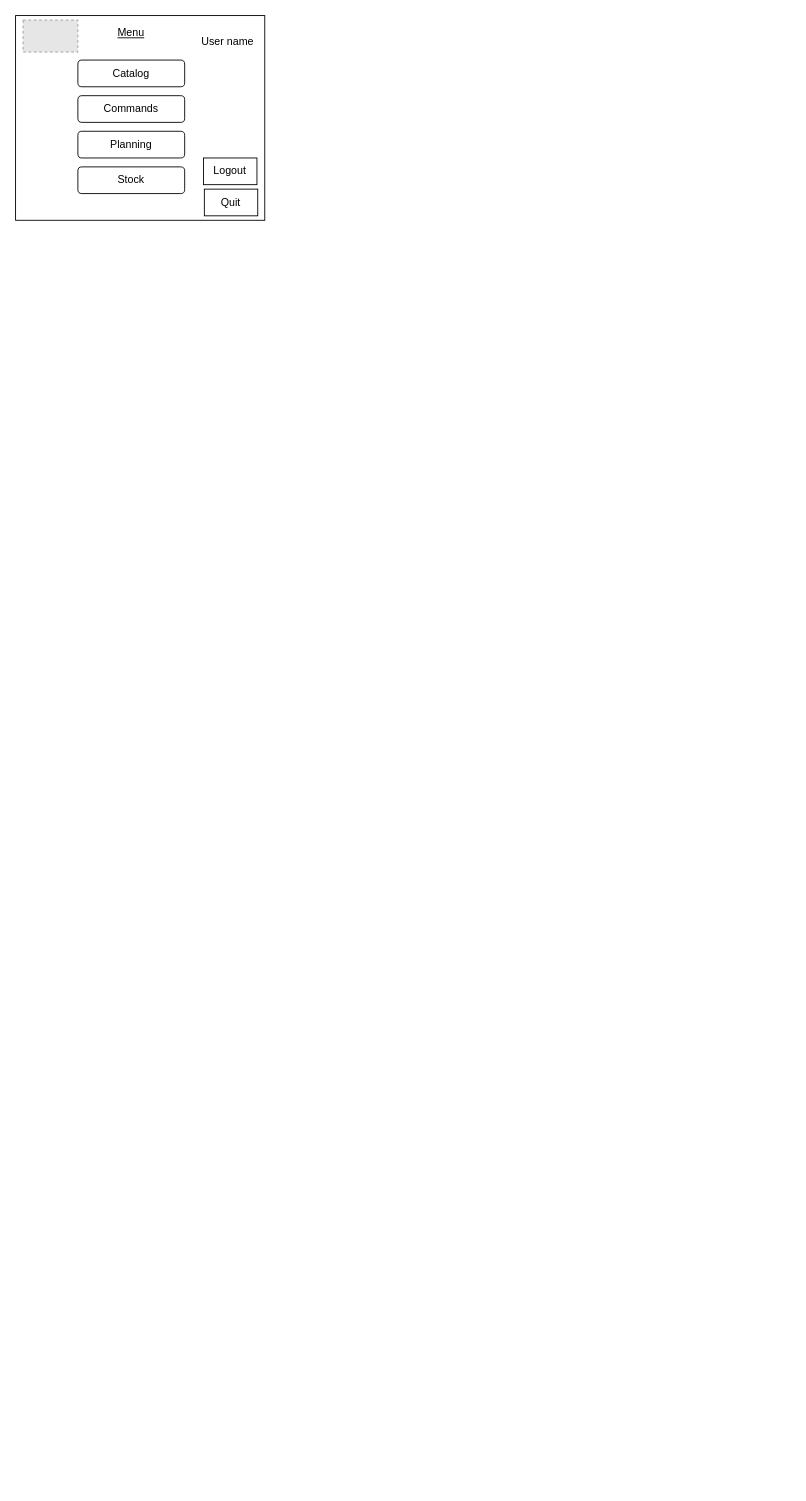
Above: Mockup/Second_Iteration/mockup_2_Iteration_menu.drawio in 20325-ecam/Projet_Bovelo (draw.io), before the change. Source tidied: cells renumbered, new cells numbered last; positions are measured from the earlier drawing's top-left corner, leaving out a move shared by most shapes. Both pictures are drawn from the tidied source at 89%, with x=0, y=0 at pixel (15, 15). Pictures stored in the file or linked from it are replaced by grey dashed boxes.
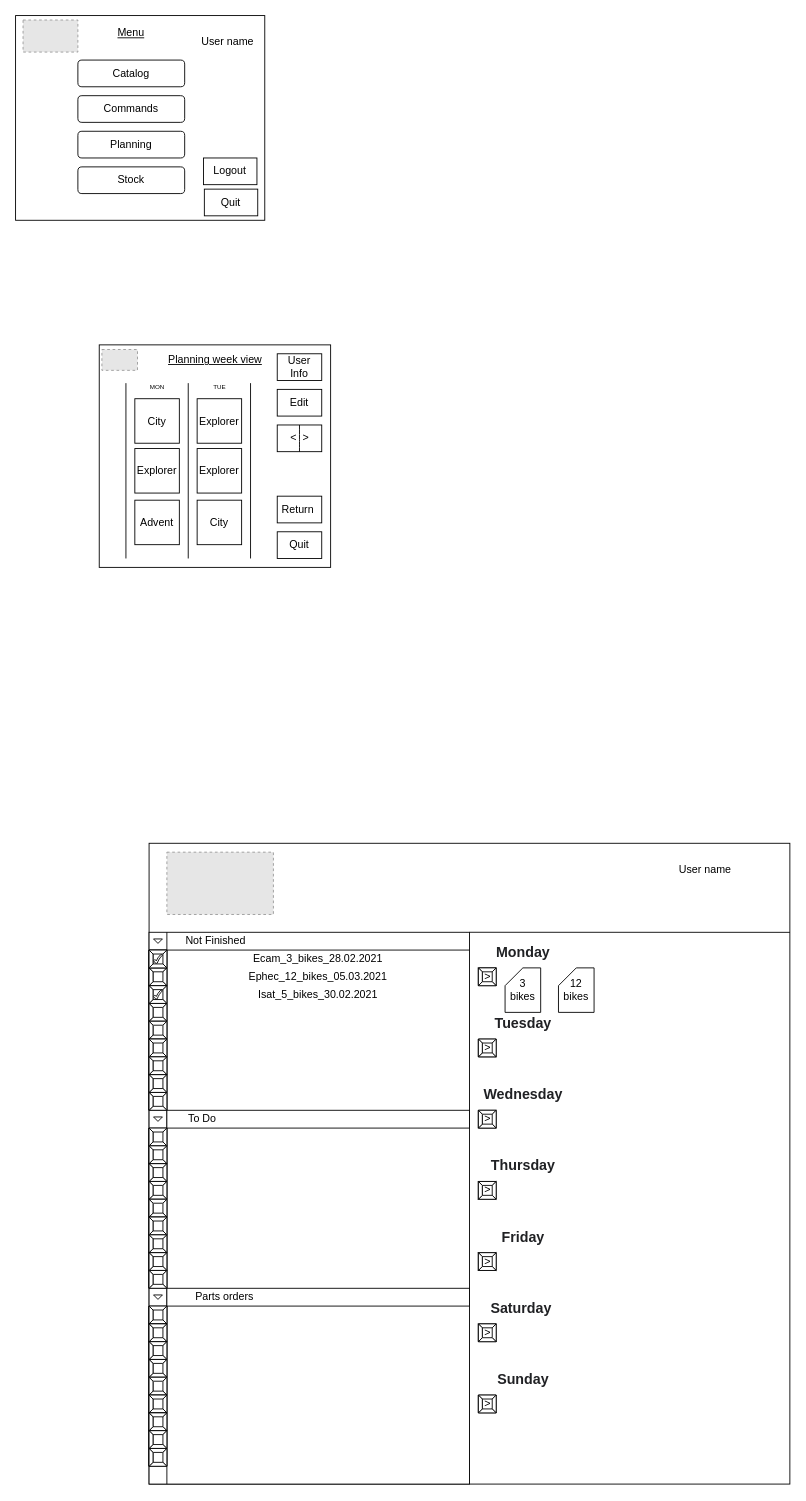
Above is the later version.

Commit message (it also covers changes not shown here):
Add main mockup 2 iteration

Change to the diagram source:
```diff
@@
+    <mxCell id="12" style="group;" parent="1" vertex="1">
+      <mxGeometry x="110" y="330" width="260" height="250" as="geometry" />
+    </mxCell>
+    <mxCell id="13" style="group;" parent="12" vertex="1">
+      <mxGeometry x="-16" width="260" height="250" as="geometry" />
+    </mxCell>
+    <mxCell id="14" style="group;" parent="13" vertex="1">
+      <mxGeometry y="40" width="260" height="250" as="geometry" />
+    </mxCell>
+    <mxCell id="15" style="rounded=0;whiteSpace=wrap;html=1;" parent="14" vertex="1">
+      <mxGeometry width="260" height="250" as="geometry" />
+    </mxCell>
+    <mxCell id="16" value="&lt;u&gt;Planning week view&lt;/u&gt;" style="text;html=1;align=center;verticalAlign=middle;fillColor=none;strokeColor=none;rounded=0;" parent="14" vertex="1">
+      <mxGeometry x="70" y="6.6" width="120" height="20" as="geometry" />
+    </mxCell>
+    <mxCell id="17" style="fillColor=#E6E6E6;strokeColor=#999999;dashed=1;verticalLabelPosition=bottom;labelBackgroundColor=#ffffff;verticalAlign=top;" parent="14" vertex="1">
+      <mxGeometry x="3" y="5.2" width="40" height="23.4" as="geometry" />
+    </mxCell>
+    <mxCell id="18" style="group;" parent="14" vertex="1">
+      <mxGeometry x="200" y="10" width="50" height="230" as="geometry" />
+    </mxCell>
+    <mxCell id="19" value="Return&amp;nbsp;" style="whiteSpace=wrap;html=1;" parent="18" vertex="1">
+      <mxGeometry y="160" width="50" height="30" as="geometry" />
+    </mxCell>
+    <mxCell id="20" value="Quit" style="whiteSpace=wrap;html=1;" parent="18" vertex="1">
+      <mxGeometry y="200" width="50" height="30" as="geometry" />
+    </mxCell>
+    <mxCell id="21" value="User Info" style="whiteSpace=wrap;html=1;" parent="18" vertex="1">
+      <mxGeometry width="50" height="30" as="geometry" />
+    </mxCell>
+    <mxCell id="22" value="Edit" style="whiteSpace=wrap;html=1;" parent="18" vertex="1">
+      <mxGeometry y="40" width="50" height="30" as="geometry" />
+    </mxCell>
+    <mxCell id="23" style="group;" parent="18" vertex="1">
+      <mxGeometry y="80" width="50" height="30" as="geometry" />
+    </mxCell>
+    <mxCell id="24" style="whiteSpace=wrap;html=1;" parent="23" vertex="1">
+      <mxGeometry width="50" height="30" as="geometry" />
+    </mxCell>
+    <mxCell id="25" style="endArrow=none;html=1;fontSize=7;" parent="23" edge="1" source="24" target="24">
+      <mxGeometry relative="1" as="geometry">
+        <Array as="points">
+          <mxPoint x="25" y="11" />
+          <mxPoint x="25" y="21" />
+        </Array>
+      </mxGeometry>
+    </mxCell>
+    <mxCell id="26" value="&lt;font style=&quot;font-size: 12px&quot;&gt;&amp;lt;&amp;nbsp; &amp;gt;&lt;/font&gt;" style="text;html=1;align=center;verticalAlign=middle;fillColor=none;strokeColor=none;rounded=0;fontSize=7;" parent="23" vertex="1">
+      <mxGeometry x="5" y="5" width="40" height="20" as="geometry" />
+    </mxCell>
+    <mxCell id="27" style="group;" parent="14" vertex="1">
+      <mxGeometry x="30" y="43" width="140" height="197" as="geometry" />
+    </mxCell>
+    <mxCell id="28" value="MON" style="text;html=1;align=center;verticalAlign=middle;fillColor=none;strokeColor=none;rounded=0;fontSize=7;" parent="27" vertex="1">
+      <mxGeometry x="20" width="30" height="10" as="geometry" />
+    </mxCell>
+    <mxCell id="29" value="TUE" style="text;html=1;align=center;verticalAlign=middle;fillColor=none;strokeColor=none;rounded=0;fontSize=7;" parent="27" vertex="1">
+      <mxGeometry x="90" width="30" height="10" as="geometry" />
+    </mxCell>
+    <mxCell id="30" value="&lt;font style=&quot;font-size: 12px&quot;&gt;Explorer&lt;/font&gt;" style="whiteSpace=wrap;html=1;" parent="27" vertex="1">
+      <mxGeometry x="80" y="17.5" width="50" height="50" as="geometry" />
+    </mxCell>
+    <mxCell id="31" value="&lt;font style=&quot;font-size: 12px&quot;&gt;Explorer&lt;/font&gt;" style="whiteSpace=wrap;html=1;" parent="27" vertex="1">
+      <mxGeometry x="80" y="73.5" width="50" height="50" as="geometry" />
+    </mxCell>
+    <mxCell id="32" value="&lt;font style=&quot;font-size: 12px&quot;&gt;City&lt;/font&gt;" style="whiteSpace=wrap;html=1;" parent="27" vertex="1">
+      <mxGeometry x="80" y="131.5" width="50" height="50" as="geometry" />
+    </mxCell>
+    <mxCell id="33" style="endArrow=none;html=1;" parent="27" edge="1">
+      <mxGeometry x="400" y="130" as="geometry">
+        <mxPoint x="140" y="197" as="sourcePoint" />
+        <mxPoint x="140" as="targetPoint" />
+      </mxGeometry>
+    </mxCell>
+    <mxCell id="34" value="&lt;font style=&quot;font-size: 12px&quot;&gt;City&lt;/font&gt;" style="whiteSpace=wrap;html=1;" parent="27" vertex="1">
+      <mxGeometry x="10" y="17.5" width="50" height="50" as="geometry" />
+    </mxCell>
+    <mxCell id="35" value="&lt;font style=&quot;font-size: 12px&quot;&gt;Explorer&lt;/font&gt;" style="whiteSpace=wrap;html=1;" parent="27" vertex="1">
+      <mxGeometry x="10" y="73.5" width="50" height="50" as="geometry" />
+    </mxCell>
+    <mxCell id="36" value="Advent" style="whiteSpace=wrap;html=1;" parent="27" vertex="1">
+      <mxGeometry x="10" y="131.5" width="50" height="50" as="geometry" />
+    </mxCell>
+    <mxCell id="37" style="endArrow=none;html=1;" parent="27" edge="1">
+      <mxGeometry x="220" y="90" as="geometry">
+        <mxPoint x="70" y="197" as="sourcePoint" />
+        <mxPoint x="70" as="targetPoint" />
+      </mxGeometry>
+    </mxCell>
+    <mxCell id="38" style="endArrow=none;html=1;" parent="27" edge="1">
+      <mxGeometry x="220" y="90" as="geometry">
+        <mxPoint y="197" as="sourcePoint" />
+        <mxPoint as="targetPoint" />
+      </mxGeometry>
+    </mxCell>
+    <mxCell id="39" style="whiteSpace=wrap;html=1;" parent="1" vertex="1">
+      <mxGeometry x="150" y="930" width="720" height="720" as="geometry" />
+    </mxCell>
+    <mxCell id="40" style="fillColor=#E6E6E6;strokeColor=#999999;dashed=1;verticalLabelPosition=bottom;labelBackgroundColor=#ffffff;verticalAlign=top;" parent="1" vertex="1">
+      <mxGeometry x="170" y="940" width="119.7" height="70" as="geometry" />
+    </mxCell>
+    <mxCell id="41" value="User name" style="text;html=1;strokeColor=none;fillColor=none;align=center;verticalAlign=middle;whiteSpace=wrap;rounded=0;" parent="1" vertex="1">
+      <mxGeometry x="700" y="950" width="150" height="20" as="geometry" />
+    </mxCell>
+    <mxCell id="42" style="endArrow=none;html=1;exitX=0.5;exitY=1;exitDx=0;exitDy=0;" parent="1" edge="1" source="39">
+      <mxGeometry relative="1" as="geometry">
+        <mxPoint x="507" y="1030" as="targetPoint" />
+      </mxGeometry>
+    </mxCell>
+    <mxCell id="43" style="shape=internalStorage;whiteSpace=wrap;html=1;backgroundOutline=1;dx=20;dy=20;" parent="1" vertex="1">
+      <mxGeometry x="150" y="1030" width="360" height="620" as="geometry" />
+    </mxCell>
+    <mxCell id="44" value="Not Finished" style="text;html=1;strokeColor=none;fillColor=none;align=center;verticalAlign=middle;whiteSpace=wrap;rounded=0;" parent="1" vertex="1">
+      <mxGeometry x="170" y="1030" width="110" height="20" as="geometry" />
+    </mxCell>
+    <mxCell id="45" style="triangle;whiteSpace=wrap;html=1;rotation=90;" parent="1" vertex="1">
+      <mxGeometry x="157.5" y="1035" width="5" height="10" as="geometry" />
+    </mxCell>
+    <mxCell id="46" value="Ecam_3_bikes_28.02.2021" style="text;html=1;strokeColor=none;fillColor=none;align=center;verticalAlign=middle;whiteSpace=wrap;rounded=0;" parent="1" vertex="1">
+      <mxGeometry x="170" y="1050" width="340" height="20" as="geometry" />
+    </mxCell>
+    <mxCell id="47" value="&amp;gt;" style="labelPosition=center;verticalLabelPosition=middle;align=center;html=1;shape=mxgraph.basic.button;dx=4.43;" parent="1" vertex="1">
+      <mxGeometry x="520" y="1070" width="20" height="20" as="geometry" />
+    </mxCell>
+    <mxCell id="48" value="&lt;b style=&quot;color: rgb(32 , 33 , 36) ; font-family: &amp;#34;arial&amp;#34; , sans-serif ; font-size: 16px ; text-align: left ; background-color: rgb(255 , 255 , 255)&quot;&gt;Monday&lt;/b&gt;" style="text;strokeColor=none;fillColor=none;html=1;fontSize=24;fontStyle=1;verticalAlign=middle;align=center;" parent="1" vertex="1">
+      <mxGeometry x="520" y="1030" width="100" height="40" as="geometry" />
+    </mxCell>
+    <mxCell id="49" value="&lt;b style=&quot;color: rgb(32 , 33 , 36) ; font-family: &amp;#34;arial&amp;#34; , sans-serif ; font-size: 16px ; text-align: left ; background-color: rgb(255 , 255 , 255)&quot;&gt;Wednesday&lt;/b&gt;" style="text;strokeColor=none;fillColor=none;html=1;fontSize=24;fontStyle=1;verticalAlign=middle;align=center;" parent="1" vertex="1">
+      <mxGeometry x="520" y="1190" width="100" height="40" as="geometry" />
+    </mxCell>
+    <mxCell id="50" value="&lt;b style=&quot;color: rgb(32 , 33 , 36) ; font-family: &amp;#34;arial&amp;#34; , sans-serif ; font-size: 16px ; text-align: left ; background-color: rgb(255 , 255 , 255)&quot;&gt;Sunday&lt;/b&gt;" style="text;strokeColor=none;fillColor=none;html=1;fontSize=24;fontStyle=1;verticalAlign=middle;align=center;" parent="1" vertex="1">
+      <mxGeometry x="520" y="1510" width="100" height="40" as="geometry" />
+    </mxCell>
+    <mxCell id="51" value="&lt;b style=&quot;color: rgb(32 , 33 , 36) ; font-family: &amp;#34;arial&amp;#34; , sans-serif ; font-size: 16px ; text-align: left ; background-color: rgb(255 , 255 , 255)&quot;&gt;Saturday&lt;/b&gt;&lt;span style=&quot;color: rgb(32 , 33 , 36) ; font-family: &amp;#34;arial&amp;#34; , sans-serif ; font-size: 16px ; font-weight: 400 ; text-align: left ; background-color: rgb(255 , 255 , 255)&quot;&gt;&amp;nbsp;&lt;/span&gt;" style="text;strokeColor=none;fillColor=none;html=1;fontSize=24;fontStyle=1;verticalAlign=middle;align=center;" parent="1" vertex="1">
+      <mxGeometry x="520" y="1430" width="100" height="40" as="geometry" />
+    </mxCell>
+    <mxCell id="52" value="&lt;b style=&quot;color: rgb(32 , 33 , 36) ; font-family: &amp;#34;arial&amp;#34; , sans-serif ; font-size: 16px ; text-align: left ; background-color: rgb(255 , 255 , 255)&quot;&gt;Thursday&lt;/b&gt;" style="text;strokeColor=none;fillColor=none;html=1;fontSize=24;fontStyle=1;verticalAlign=middle;align=center;" parent="1" vertex="1">
+      <mxGeometry x="520" y="1270" width="100" height="40" as="geometry" />
+    </mxCell>
+    <mxCell id="53" value="&lt;b style=&quot;color: rgb(32 , 33 , 36) ; font-family: &amp;#34;arial&amp;#34; , sans-serif ; font-size: 16px ; text-align: left ; background-color: rgb(255 , 255 , 255)&quot;&gt;Friday&lt;/b&gt;" style="text;strokeColor=none;fillColor=none;html=1;fontSize=24;fontStyle=1;verticalAlign=middle;align=center;" parent="1" vertex="1">
+      <mxGeometry x="520" y="1350" width="100" height="40" as="geometry" />
+    </mxCell>
+    <mxCell id="54" value="&lt;b style=&quot;color: rgb(32 , 33 , 36) ; font-family: &amp;#34;arial&amp;#34; , sans-serif ; font-size: 16px ; text-align: left ; background-color: rgb(255 , 255 , 255)&quot;&gt;Tuesday&lt;/b&gt;" style="text;strokeColor=none;fillColor=none;html=1;fontSize=24;fontStyle=1;verticalAlign=middle;align=center;" parent="1" vertex="1">
+      <mxGeometry x="520" y="1110" width="100" height="40" as="geometry" />
+    </mxCell>
+    <mxCell id="55" value="&amp;gt;" style="labelPosition=center;verticalLabelPosition=middle;align=center;html=1;shape=mxgraph.basic.button;dx=4.43;" parent="1" vertex="1">
+      <mxGeometry x="520" y="1150" width="20" height="20" as="geometry" />
+    </mxCell>
+    <mxCell id="56" value="&amp;gt;" style="labelPosition=center;verticalLabelPosition=middle;align=center;html=1;shape=mxgraph.basic.button;dx=4.43;" parent="1" vertex="1">
+      <mxGeometry x="520" y="1230" width="20" height="20" as="geometry" />
+    </mxCell>
+    <mxCell id="57" value="&amp;gt;" style="labelPosition=center;verticalLabelPosition=middle;align=center;html=1;shape=mxgraph.basic.button;dx=4.43;" parent="1" vertex="1">
+      <mxGeometry x="520" y="1310" width="20" height="20" as="geometry" />
+    </mxCell>
+    <mxCell id="58" value="&amp;gt;" style="labelPosition=center;verticalLabelPosition=middle;align=center;html=1;shape=mxgraph.basic.button;dx=4.43;" parent="1" vertex="1">
+      <mxGeometry x="520" y="1390" width="20" height="20" as="geometry" />
+    </mxCell>
+    <mxCell id="59" value="&amp;gt;" style="labelPosition=center;verticalLabelPosition=middle;align=center;html=1;shape=mxgraph.basic.button;dx=4.43;" parent="1" vertex="1">
+      <mxGeometry x="520" y="1470" width="20" height="20" as="geometry" />
+    </mxCell>
+    <mxCell id="60" value="&amp;gt;" style="labelPosition=center;verticalLabelPosition=middle;align=center;html=1;shape=mxgraph.basic.button;dx=4.43;" parent="1" vertex="1">
+      <mxGeometry x="520" y="1550" width="20" height="20" as="geometry" />
+    </mxCell>
+    <mxCell id="61" style="labelPosition=center;verticalLabelPosition=middle;align=center;html=1;shape=mxgraph.basic.button;dx=4.43;" parent="1" vertex="1">
+      <mxGeometry x="150" y="1070" width="20" height="20" as="geometry" />
+    </mxCell>
+    <mxCell id="62" style="labelPosition=center;verticalLabelPosition=middle;align=center;html=1;shape=mxgraph.basic.button;dx=4.43;" parent="1" vertex="1">
+      <mxGeometry x="150" y="1050" width="20" height="20" as="geometry" />
+    </mxCell>
+    <mxCell id="63" style="verticalLabelPosition=bottom;verticalAlign=top;html=1;shape=mxgraph.basic.tick;" parent="1" vertex="1">
+      <mxGeometry x="155" y="1055" width="10" height="10" as="geometry" />
+    </mxCell>
+    <mxCell id="64" style="labelPosition=center;verticalLabelPosition=middle;align=center;html=1;shape=mxgraph.basic.button;dx=4.43;" parent="1" vertex="1">
+      <mxGeometry x="150" y="1090" width="20" height="20" as="geometry" />
+    </mxCell>
+    <mxCell id="65" style="verticalLabelPosition=bottom;verticalAlign=top;html=1;shape=mxgraph.basic.tick;" parent="1" vertex="1">
+      <mxGeometry x="155" y="1095" width="10" height="10" as="geometry" />
+    </mxCell>
+    <mxCell id="66" style="labelPosition=center;verticalLabelPosition=middle;align=center;html=1;shape=mxgraph.basic.button;dx=4.43;" parent="1" vertex="1">
+      <mxGeometry x="150" y="1110" width="20" height="20" as="geometry" />
+    </mxCell>
+    <mxCell id="67" style="labelPosition=center;verticalLabelPosition=middle;align=center;html=1;shape=mxgraph.basic.button;dx=4.43;" parent="1" vertex="1">
+      <mxGeometry x="150" y="1130" width="20" height="20" as="geometry" />
+    </mxCell>
+    <mxCell id="68" style="labelPosition=center;verticalLabelPosition=middle;align=center;html=1;shape=mxgraph.basic.button;dx=4.43;" parent="1" vertex="1">
+      <mxGeometry x="150" y="1150" width="20" height="20" as="geometry" />
+    </mxCell>
+    <mxCell id="69" style="labelPosition=center;verticalLabelPosition=middle;align=center;html=1;shape=mxgraph.basic.button;dx=4.43;" parent="1" vertex="1">
+      <mxGeometry x="150" y="1170" width="20" height="20" as="geometry" />
+    </mxCell>
+    <mxCell id="70" style="labelPosition=center;verticalLabelPosition=middle;align=center;html=1;shape=mxgraph.basic.button;dx=4.43;" parent="1" vertex="1">
+      <mxGeometry x="150" y="1190" width="20" height="20" as="geometry" />
+    </mxCell>
+    <mxCell id="71" style="labelPosition=center;verticalLabelPosition=middle;align=center;html=1;shape=mxgraph.basic.button;dx=4.43;" parent="1" vertex="1">
+      <mxGeometry x="150" y="1210" width="20" height="20" as="geometry" />
+    </mxCell>
+    <mxCell id="72" style="triangle;whiteSpace=wrap;html=1;rotation=90;" parent="1" vertex="1">
+      <mxGeometry x="157.5" y="1235" width="5" height="10" as="geometry" />
+    </mxCell>
+    <mxCell id="73" style="rounded=0;whiteSpace=wrap;html=1;" parent="1" vertex="1">
+      <mxGeometry x="170" y="1230" width="340" height="20" as="geometry" />
+    </mxCell>
+    <mxCell id="74" style="labelPosition=center;verticalLabelPosition=middle;align=center;html=1;shape=mxgraph.basic.button;dx=4.43;" parent="1" vertex="1">
+      <mxGeometry x="150" y="1250" width="20" height="20" as="geometry" />
+    </mxCell>
+    <mxCell id="75" style="labelPosition=center;verticalLabelPosition=middle;align=center;html=1;shape=mxgraph.basic.button;dx=4.43;" parent="1" vertex="1">
+      <mxGeometry x="150" y="1270" width="20" height="20" as="geometry" />
+    </mxCell>
+    <mxCell id="76" style="labelPosition=center;verticalLabelPosition=middle;align=center;html=1;shape=mxgraph.basic.button;dx=4.43;" parent="1" vertex="1">
+      <mxGeometry x="150" y="1290" width="20" height="20" as="geometry" />
+    </mxCell>
+    <mxCell id="77" style="labelPosition=center;verticalLabelPosition=middle;align=center;html=1;shape=mxgraph.basic.button;dx=4.43;" parent="1" vertex="1">
+      <mxGeometry x="150" y="1310" width="20" height="20" as="geometry" />
+    </mxCell>
+    <mxCell id="78" style="labelPosition=center;verticalLabelPosition=middle;align=center;html=1;shape=mxgraph.basic.button;dx=4.43;" parent="1" vertex="1">
+      <mxGeometry x="150" y="1330" width="20" height="20" as="geometry" />
+    </mxCell>
+    <mxCell id="79" style="labelPosition=center;verticalLabelPosition=middle;align=center;html=1;shape=mxgraph.basic.button;dx=4.43;" parent="1" vertex="1">
+      <mxGeometry x="150" y="1350" width="20" height="20" as="geometry" />
+    </mxCell>
+    <mxCell id="80" style="labelPosition=center;verticalLabelPosition=middle;align=center;html=1;shape=mxgraph.basic.button;dx=4.43;" parent="1" vertex="1">
+      <mxGeometry x="150" y="1370" width="20" height="20" as="geometry" />
+    </mxCell>
+    <mxCell id="81" style="labelPosition=center;verticalLabelPosition=middle;align=center;html=1;shape=mxgraph.basic.button;dx=4.43;" parent="1" vertex="1">
+      <mxGeometry x="150" y="1390" width="20" height="20" as="geometry" />
+    </mxCell>
+    <mxCell id="82" style="labelPosition=center;verticalLabelPosition=middle;align=center;html=1;shape=mxgraph.basic.button;dx=4.43;" parent="1" vertex="1">
+      <mxGeometry x="150" y="1410" width="20" height="20" as="geometry" />
+    </mxCell>
+    <mxCell id="83" style="triangle;whiteSpace=wrap;html=1;rotation=90;" parent="1" vertex="1">
+      <mxGeometry x="157.5" y="1435" width="5" height="10" as="geometry" />
+    </mxCell>
+    <mxCell id="84" style="rounded=0;whiteSpace=wrap;html=1;" parent="1" vertex="1">
+      <mxGeometry x="170" y="1430" width="340" height="20" as="geometry" />
+    </mxCell>
+    <mxCell id="85" style="endArrow=none;html=1;exitX=1;exitY=0;exitDx=0;exitDy=0;entryX=1;entryY=0.139;entryDx=0;entryDy=0;entryPerimeter=0;" parent="1" edge="1" source="43" target="39">
+      <mxGeometry relative="1" as="geometry" />
+    </mxCell>
+    <mxCell id="86" style="labelPosition=center;verticalLabelPosition=middle;align=center;html=1;shape=mxgraph.basic.button;dx=4.43;" parent="1" vertex="1">
+      <mxGeometry x="150" y="1450" width="20" height="20" as="geometry" />
+    </mxCell>
+    <mxCell id="87" style="labelPosition=center;verticalLabelPosition=middle;align=center;html=1;shape=mxgraph.basic.button;dx=4.43;" parent="1" vertex="1">
+      <mxGeometry x="150" y="1470" width="20" height="20" as="geometry" />
+    </mxCell>
+    <mxCell id="88" style="labelPosition=center;verticalLabelPosition=middle;align=center;html=1;shape=mxgraph.basic.button;dx=4.43;" parent="1" vertex="1">
+      <mxGeometry x="150" y="1490" width="20" height="20" as="geometry" />
+    </mxCell>
+    <mxCell id="89" style="labelPosition=center;verticalLabelPosition=middle;align=center;html=1;shape=mxgraph.basic.button;dx=4.43;" parent="1" vertex="1">
+      <mxGeometry x="150" y="1510" width="20" height="20" as="geometry" />
+    </mxCell>
+    <mxCell id="90" style="labelPosition=center;verticalLabelPosition=middle;align=center;html=1;shape=mxgraph.basic.button;dx=4.43;" parent="1" vertex="1">
+      <mxGeometry x="150" y="1530" width="20" height="20" as="geometry" />
+    </mxCell>
+    <mxCell id="91" style="labelPosition=center;verticalLabelPosition=middle;align=center;html=1;shape=mxgraph.basic.button;dx=4.43;" parent="1" vertex="1">
+      <mxGeometry x="150" y="1550" width="20" height="20" as="geometry" />
+    </mxCell>
+    <mxCell id="92" style="labelPosition=center;verticalLabelPosition=middle;align=center;html=1;shape=mxgraph.basic.button;dx=4.43;" parent="1" vertex="1">
+      <mxGeometry x="150" y="1570" width="20" height="20" as="geometry" />
+    </mxCell>
+    <mxCell id="93" style="labelPosition=center;verticalLabelPosition=middle;align=center;html=1;shape=mxgraph.basic.button;dx=4.43;" parent="1" vertex="1">
+      <mxGeometry x="150" y="1590" width="20" height="20" as="geometry" />
+    </mxCell>
+    <mxCell id="94" style="labelPosition=center;verticalLabelPosition=middle;align=center;html=1;shape=mxgraph.basic.button;dx=4.43;" parent="1" vertex="1">
+      <mxGeometry x="150" y="1610" width="20" height="20" as="geometry" />
+    </mxCell>
+    <mxCell id="95" value="To Do" style="text;html=1;strokeColor=none;fillColor=none;align=center;verticalAlign=middle;whiteSpace=wrap;rounded=0;" parent="1" vertex="1">
+      <mxGeometry x="170" y="1230" width="80" height="20" as="geometry" />
+    </mxCell>
+    <mxCell id="96" value="Parts orders" style="text;html=1;strokeColor=none;fillColor=none;align=center;verticalAlign=middle;whiteSpace=wrap;rounded=0;" parent="1" vertex="1">
+      <mxGeometry x="170" y="1430" width="130" height="20" as="geometry" />
+    </mxCell>
+    <mxCell id="97" value="Ephec_12_bikes_05.03.2021" style="text;html=1;strokeColor=none;fillColor=none;align=center;verticalAlign=middle;whiteSpace=wrap;rounded=0;" parent="1" vertex="1">
+      <mxGeometry x="170" y="1070" width="340" height="20" as="geometry" />
+    </mxCell>
+    <mxCell id="98" value="Isat_5_bikes_30.02.2021" style="text;html=1;strokeColor=none;fillColor=none;align=center;verticalAlign=middle;whiteSpace=wrap;rounded=0;" parent="1" vertex="1">
+      <mxGeometry x="170" y="1090" width="340" height="20" as="geometry" />
+    </mxCell>
+    <mxCell id="99" value="3 bikes" style="shape=card;whiteSpace=wrap;html=1;size=20;" parent="1" vertex="1">
+      <mxGeometry x="550" y="1070" width="40" height="50" as="geometry" />
+    </mxCell>
+    <mxCell id="100" value="12 bikes" style="shape=card;whiteSpace=wrap;html=1;size=20;" parent="1" vertex="1">
+      <mxGeometry x="610" y="1070" width="40" height="50" as="geometry" />
+    </mxCell>
```
